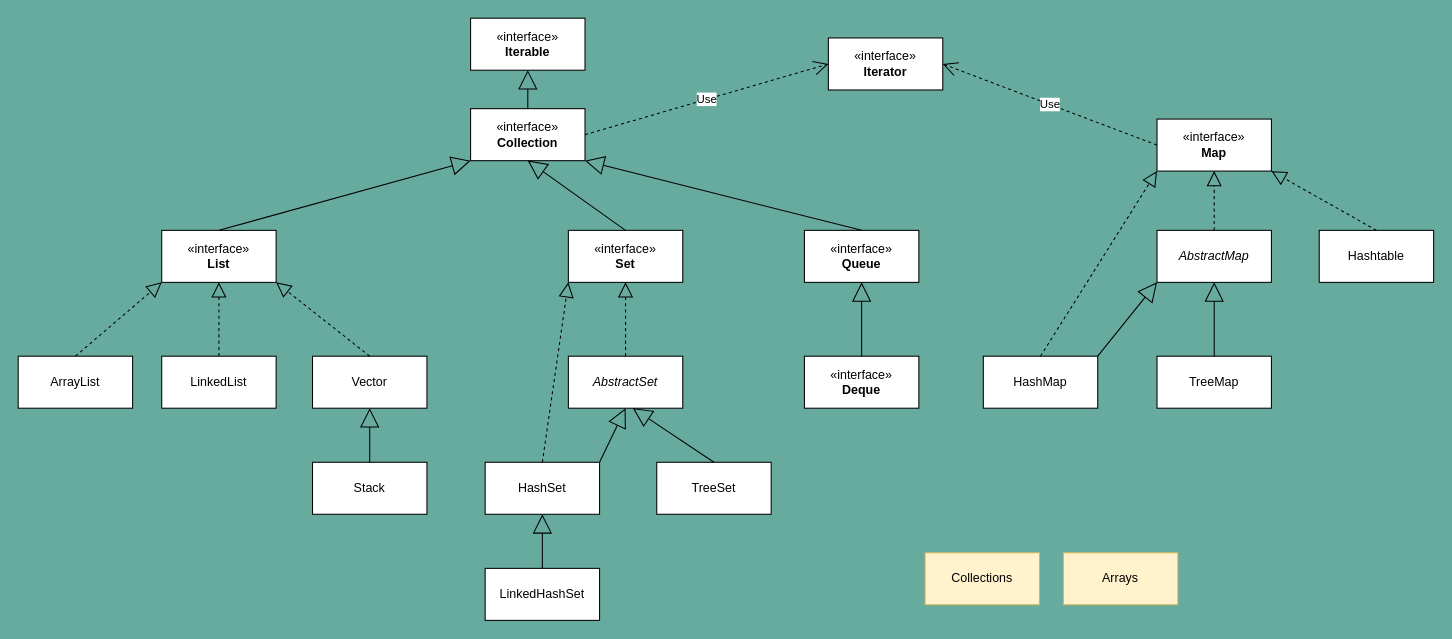
Earlier version of the draw.io diagram Java集合框架.drawio (zane041/drawio). Source tidied: cells renumbered, new cells numbered last; positions are measured from the earlier drawing's top-left corner, leaving out a move shared by most shapes. Both pictures are drawn from the tidied source at 104%, with x=0, y=0 at pixel (18, 18).
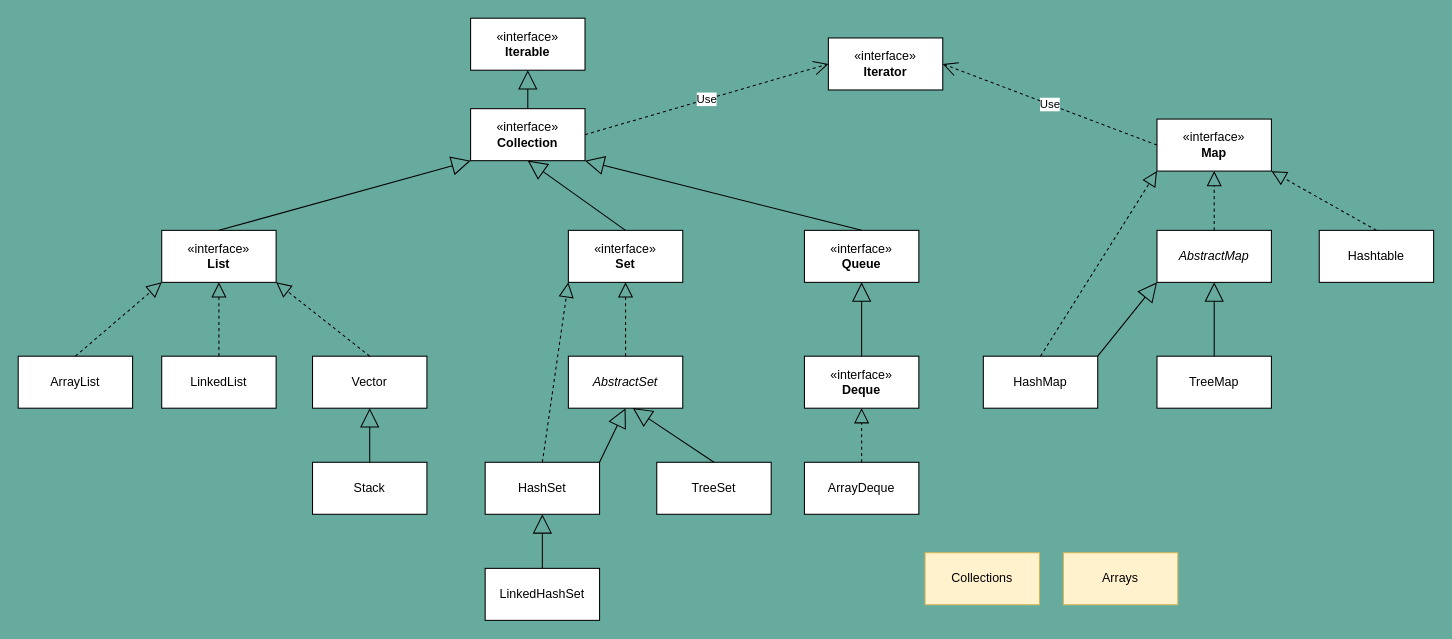
The same page after the edit.

Commit message:
更新Java集合框架.drawio

The change refers to these unchanged cells:
```xml
<mxCell id="26" value="«interface»&lt;br&gt;&lt;b&gt;Deque&lt;/b&gt;" style="html=1;whiteSpace=wrap;" parent="1" vertex="1">
  <mxGeometry x="756" y="325" width="110" height="50" as="geometry" />
</mxCell>
```

Change to the diagram source:
```diff
@@
+    <mxCell id="45" value="ArrayDeque" style="html=1;whiteSpace=wrap;" parent="1" vertex="1">
+      <mxGeometry x="756" y="427" width="110" height="50" as="geometry" />
+    </mxCell>
+    <mxCell id="46" style="endArrow=block;dashed=1;endFill=0;endSize=12;html=1;rounded=0;exitX=0.5;exitY=0;exitDx=0;exitDy=0;entryX=0.5;entryY=1;entryDx=0;entryDy=0;" parent="1" edge="1" source="45" target="26">
+      <mxGeometry relative="1" as="geometry" />
+    </mxCell>
```
